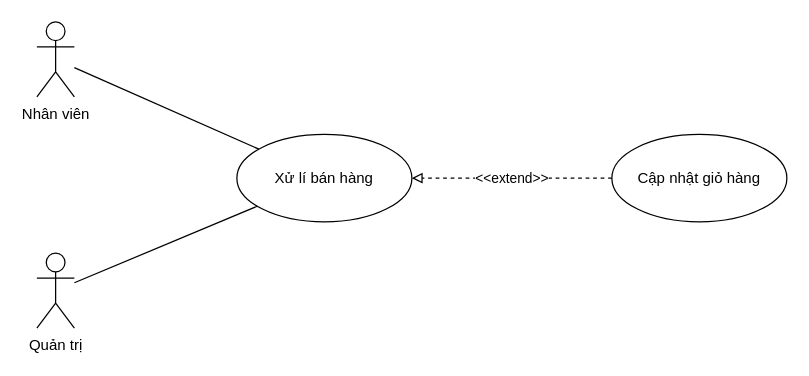
Above: page "Page-3" (3 of 5) of DIG_UD.drawio in EdgarIgnite16/OOAD-Project (draw.io), before the change. Source tidied: cells renumbered, new cells numbered last; positions are measured from the earlier drawing's top-left corner, leaving out a move shared by most shapes. Both pictures are drawn from the tidied source at 125%, with x=0, y=0 at pixel (36, 21).
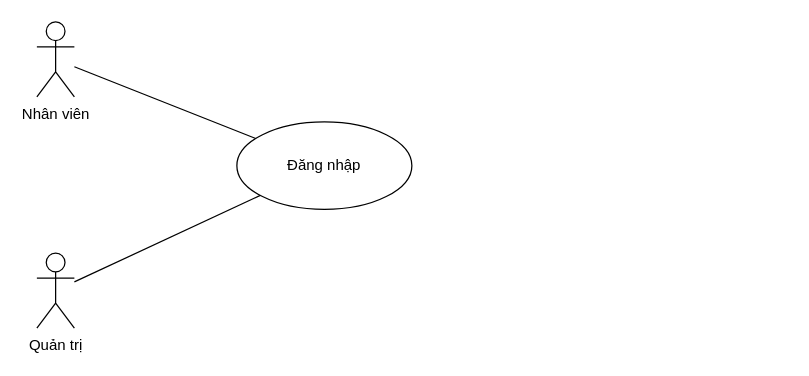
Above is the later version.

Commit message (it also covers changes not shown here):
update phần của Lộc và cập nhật lại file phân công

Diff of the diagram source:
```diff
@@
 <mxGraphModel>
   <root>
     <mxCell id="0" />
     <mxCell id="1" parent="0" />
     <mxCell id="2" value="Nhân viên" style="shape=umlActor;verticalLabelPosition=bottom;verticalAlign=top;html=1;outlineConnect=0;" parent="1" vertex="1">
       <mxGeometry width="30" height="60" as="geometry" />
     </mxCell>
-    <mxCell id="3" value="Xử lí bán hàng" style="ellipse;whiteSpace=wrap;html=1;" parent="1" vertex="1">
-      <mxGeometry x="160" y="90" width="140" height="70" as="geometry" />
-    </mxCell>
-    <mxCell id="4" style="edgeStyle=none;rounded=0;jettySize=auto;html=1;endArrow=none;endFill=0;startArrow=none;startFill=0;" parent="1" edge="1" source="2" target="3">
+    <mxCell id="4" style="edgeStyle=none;rounded=0;jettySize=auto;html=1;endArrow=none;endFill=0;startArrow=none;startFill=0;" parent="1" edge="1" source="2" target="9">
       <mxGeometry relative="1" as="geometry" />
     </mxCell>
     <mxCell id="5" value="Quản trị" style="shape=umlActor;verticalLabelPosition=bottom;verticalAlign=top;html=1;outlineConnect=0;" parent="1" vertex="1">
       <mxGeometry y="185" width="30" height="60" as="geometry" />
     </mxCell>
-    <mxCell id="6" style="edgeStyle=none;rounded=0;jettySize=auto;html=1;endArrow=none;endFill=0;startArrow=none;startFill=0;" parent="1" edge="1" source="5" target="3">
+    <mxCell id="6" style="edgeStyle=none;rounded=0;jettySize=auto;html=1;endArrow=none;endFill=0;startArrow=none;startFill=0;" parent="1" edge="1" source="5" target="9">
       <mxGeometry relative="1" as="geometry" />
     </mxCell>
-    <mxCell id="7" value="Cập nhật giỏ hàng" style="ellipse;whiteSpace=wrap;html=1;" parent="1" vertex="1">
-      <mxGeometry x="460" y="90" width="140" height="70" as="geometry" />
-    </mxCell>
-    <mxCell id="8" value="&amp;lt;&amp;lt;extend&amp;gt;&amp;gt;" style="rounded=0;jettySize=auto;html=1;endArrow=block;endFill=0;dashed=1;" parent="1" edge="1" source="7" target="3">
-      <mxGeometry relative="1" as="geometry" />
-    </mxCell>
+    <mxCell id="9" value="Đăng nhập" style="ellipse;whiteSpace=wrap;html=1;" parent="1" vertex="1">
+      <mxGeometry x="160" y="80" width="140" height="70" as="geometry" />
+    </mxCell>
   </root>
 </mxGraphModel>
```
